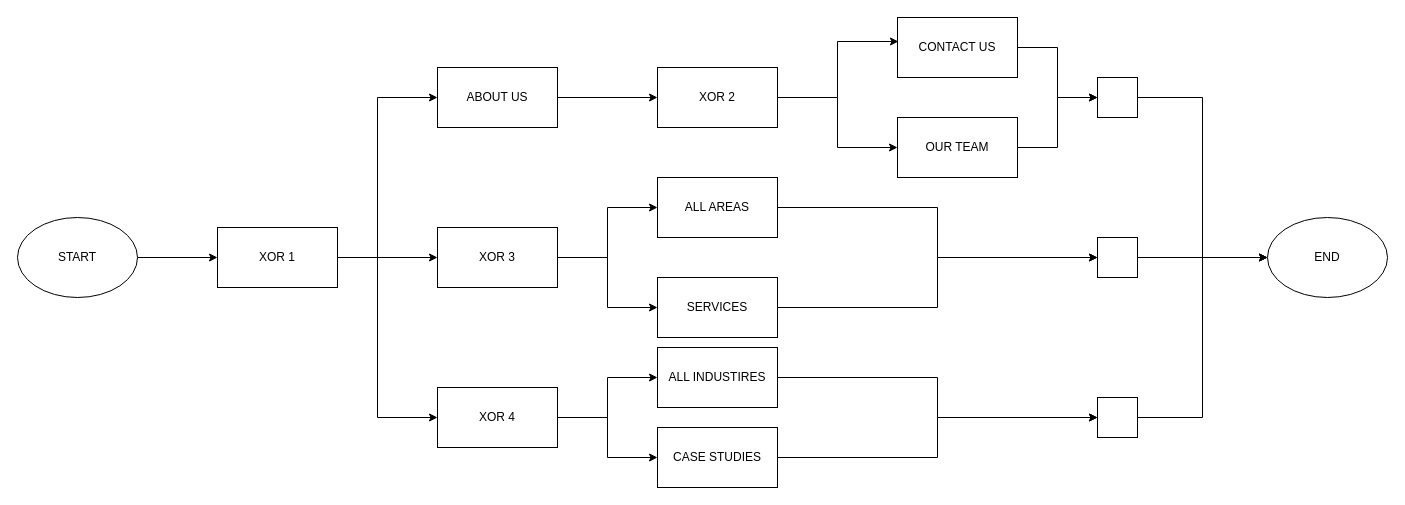
The draw.io diagram Design Documents/ComplexChatbot.drawio in manzomanze/HypermediaApplicationsProject-Manzella-Messuti-Pelagatti-Pellizzer, before the edit. Source tidied: cells renumbered, new cells numbered last; positions are measured from the earlier drawing's top-left corner, leaving out a move shared by most shapes. Both pictures are drawn from the tidied source at 100%, with x=0, y=0 at pixel (17, 17).
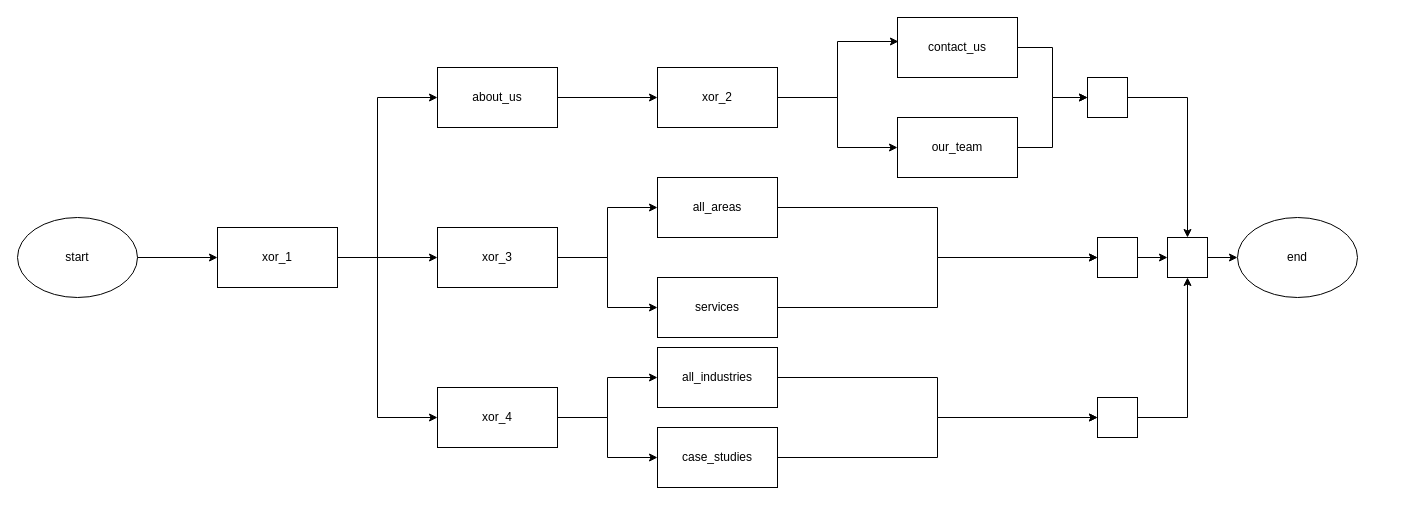
Above is the later version.

The change refers to these unchanged cells:
```xml
<mxCell id="34" style="whiteSpace=wrap;html=1;fillColor=none;" parent="1" vertex="1">
  <mxGeometry x="1080" y="220" width="40" height="40" as="geometry" />
</mxCell>
<mxCell id="36" style="whiteSpace=wrap;html=1;fillColor=none;" parent="1" vertex="1">
  <mxGeometry x="1080" y="380" width="40" height="40" as="geometry" />
</mxCell>
```

Diff of the diagram source:
```diff
@@
-    <mxCell id="3" value="START" style="ellipse;whiteSpace=wrap;html=1;fillColor=none;" parent="1" vertex="1">
+    <mxCell id="3" value="start" style="ellipse;whiteSpace=wrap;html=1;fillColor=none;" parent="1" vertex="1">
       <mxGeometry y="200" width="120" height="80" as="geometry" />
     </mxCell>
@@
-    <mxCell id="7" value="XOR 1" style="rounded=0;whiteSpace=wrap;html=1;fillColor=none;" parent="1" vertex="1">
+    <mxCell id="7" value="xor_1" style="rounded=0;whiteSpace=wrap;html=1;fillColor=none;" parent="1" vertex="1">
       <mxGeometry x="200" y="210" width="120" height="60" as="geometry" />
     </mxCell>
@@
-    <mxCell id="9" value="ABOUT US" style="rounded=0;whiteSpace=wrap;html=1;fillColor=none;" parent="1" vertex="1">
+    <mxCell id="9" value="about_us" style="rounded=0;whiteSpace=wrap;html=1;fillColor=none;" parent="1" vertex="1">
       <mxGeometry x="420" y="50" width="120" height="60" as="geometry" />
     </mxCell>
@@
-    <mxCell id="12" value="XOR 3" style="rounded=0;whiteSpace=wrap;html=1;fillColor=none;" parent="1" vertex="1">
+    <mxCell id="12" value="xor_3" style="rounded=0;whiteSpace=wrap;html=1;fillColor=none;" parent="1" vertex="1">
       <mxGeometry x="420" y="210" width="120" height="60" as="geometry" />
     </mxCell>
@@
-    <mxCell id="15" value="XOR 4" style="rounded=0;whiteSpace=wrap;html=1;fillColor=none;" parent="1" vertex="1">
+    <mxCell id="15" value="xor_4" style="rounded=0;whiteSpace=wrap;html=1;fillColor=none;" parent="1" vertex="1">
       <mxGeometry x="420" y="370" width="120" height="60" as="geometry" />
     </mxCell>
@@
-    <mxCell id="18" value="XOR 2" style="rounded=0;whiteSpace=wrap;html=1;fillColor=none;" parent="1" vertex="1">
+    <mxCell id="18" value="xor_2" style="rounded=0;whiteSpace=wrap;html=1;fillColor=none;" parent="1" vertex="1">
       <mxGeometry x="640" y="50" width="120" height="60" as="geometry" />
     </mxCell>
@@
-    <mxCell id="20" value="ALL AREAS" style="rounded=0;whiteSpace=wrap;html=1;fillColor=none;" parent="1" vertex="1">
+    <mxCell id="20" value="all_areas" style="rounded=0;whiteSpace=wrap;html=1;fillColor=none;" parent="1" vertex="1">
       <mxGeometry x="640" y="160" width="120" height="60" as="geometry" />
     </mxCell>
@@
-    <mxCell id="22" value="SERVICES" style="rounded=0;whiteSpace=wrap;html=1;fillColor=none;" parent="1" vertex="1">
+    <mxCell id="22" value="services" style="rounded=0;whiteSpace=wrap;html=1;fillColor=none;" parent="1" vertex="1">
       <mxGeometry x="640" y="260" width="120" height="60" as="geometry" />
     </mxCell>
@@
-    <mxCell id="24" value="ALL INDUSTIRES" style="rounded=0;whiteSpace=wrap;html=1;fillColor=none;" parent="1" vertex="1">
+    <mxCell id="24" value="all_industries" style="rounded=0;whiteSpace=wrap;html=1;fillColor=none;" parent="1" vertex="1">
       <mxGeometry x="640" y="330" width="120" height="60" as="geometry" />
     </mxCell>
@@
-    <mxCell id="26" value="CASE STUDIES" style="rounded=0;whiteSpace=wrap;html=1;fillColor=none;" parent="1" vertex="1">
+    <mxCell id="26" value="case_studies" style="rounded=0;whiteSpace=wrap;html=1;fillColor=none;" parent="1" vertex="1">
       <mxGeometry x="640" y="410" width="120" height="60" as="geometry" />
     </mxCell>
@@
-    <mxCell id="28" value="CONTACT US" style="rounded=0;whiteSpace=wrap;html=1;fillColor=none;" parent="1" vertex="1">
+    <mxCell id="28" value="contact_us" style="rounded=0;whiteSpace=wrap;html=1;fillColor=none;" parent="1" vertex="1">
       <mxGeometry x="880" width="120" height="60" as="geometry" />
     </mxCell>
@@
-    <mxCell id="30" value="OUR TEAM" style="rounded=0;whiteSpace=wrap;html=1;fillColor=none;" parent="1" vertex="1">
+    <mxCell id="30" value="our_team" style="rounded=0;whiteSpace=wrap;html=1;fillColor=none;" parent="1" vertex="1">
       <mxGeometry x="880" y="100" width="120" height="60" as="geometry" />
     </mxCell>
-    <mxCell id="31" style="edgeStyle=orthogonalEdgeStyle;rounded=0;jettySize=auto;html=1;exitX=1;exitY=0.5;exitDx=0;exitDy=0;entryX=0;entryY=0.5;entryDx=0;entryDy=0;" parent="1" edge="1" source="32" target="37">
-      <mxGeometry relative="1" as="geometry" />
-    </mxCell>
+    <mxCell id="38" style="edgeStyle=orthogonalEdgeStyle;rounded=0;jettySize=auto;html=1;exitX=1;exitY=0.5;exitDx=0;exitDy=0;entryX=0.5;entryY=0;entryDx=0;entryDy=0;" parent="1" edge="1" source="32" target="41">
+      <mxGeometry relative="1" as="geometry" />
+    </mxCell>
     <mxCell id="32" style="whiteSpace=wrap;html=1;fillColor=none;" parent="1" vertex="1">
-      <mxGeometry x="1080" y="60" width="40" height="40" as="geometry" />
+      <mxGeometry x="1070" y="60" width="40" height="40" as="geometry" />
     </mxCell>
-    <mxCell id="33" style="edgeStyle=orthogonalEdgeStyle;rounded=0;jettySize=auto;html=1;exitX=1;exitY=0.5;exitDx=0;exitDy=0;" parent="1" edge="1" source="34">
-      <mxGeometry relative="1" as="geometry">
-        <mxPoint x="1250" y="240" as="targetPoint" />
-      </mxGeometry>
+    <mxCell id="33" style="edgeStyle=orthogonalEdgeStyle;rounded=0;jettySize=auto;html=1;exitX=1;exitY=0.5;exitDx=0;exitDy=0;entryX=0;entryY=0.5;entryDx=0;entryDy=0;" parent="1" edge="1" source="34" target="41">
+      <mxGeometry relative="1" as="geometry" />
     </mxCell>
@@
-    <mxCell id="35" style="edgeStyle=orthogonalEdgeStyle;rounded=0;jettySize=auto;html=1;exitX=1;exitY=0.5;exitDx=0;exitDy=0;entryX=0;entryY=0.5;entryDx=0;entryDy=0;" parent="1" edge="1" source="36" target="37">
-      <mxGeometry relative="1" as="geometry" />
-    </mxCell>
+    <mxCell id="39" style="edgeStyle=orthogonalEdgeStyle;rounded=0;jettySize=auto;html=1;exitX=1;exitY=0.5;exitDx=0;exitDy=0;entryX=0.5;entryY=1;entryDx=0;entryDy=0;" parent="1" edge="1" source="36" target="41">
+      <mxGeometry relative="1" as="geometry" />
+    </mxCell>
@@
-    <mxCell id="37" value="END" style="ellipse;whiteSpace=wrap;html=1;fillColor=none;" parent="1" vertex="1">
-      <mxGeometry x="1250" y="200" width="120" height="80" as="geometry" />
+    <mxCell id="37" value="end" style="ellipse;whiteSpace=wrap;html=1;fillColor=none;" parent="1" vertex="1">
+      <mxGeometry x="1220" y="200" width="120" height="80" as="geometry" />
     </mxCell>
+    <mxCell id="40" style="edgeStyle=orthogonalEdgeStyle;rounded=0;jettySize=auto;html=1;exitX=1;exitY=0.5;exitDx=0;exitDy=0;entryX=0;entryY=0.5;entryDx=0;entryDy=0;" parent="1" edge="1" source="41" target="37">
+      <mxGeometry relative="1" as="geometry" />
+    </mxCell>
+    <mxCell id="41" style="whiteSpace=wrap;html=1;fillColor=none;" parent="1" vertex="1">
+      <mxGeometry x="1150" y="220" width="40" height="40" as="geometry" />
+    </mxCell>
```
